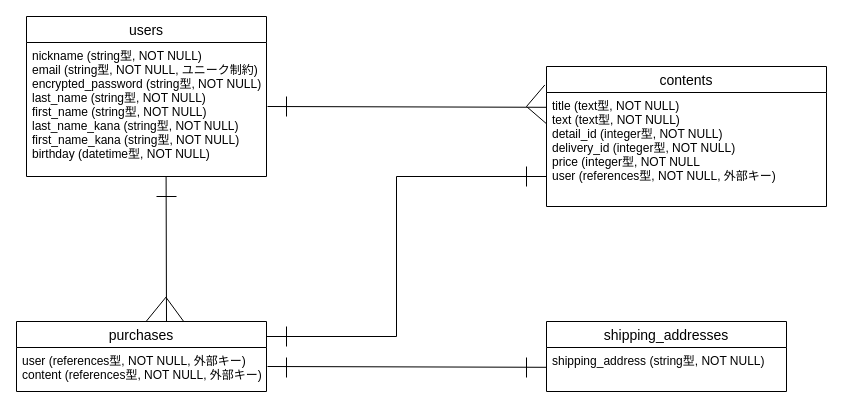
This is ER図.dio from volleyboo/furima-37823, a draw.io file, before an edit. Source tidied: cells renumbered, new cells numbered last; positions are measured from the earlier drawing's top-left corner, leaving out a move shared by most shapes. Both pictures are drawn from the tidied source at 100%, with x=0, y=0 at pixel (16, 16).
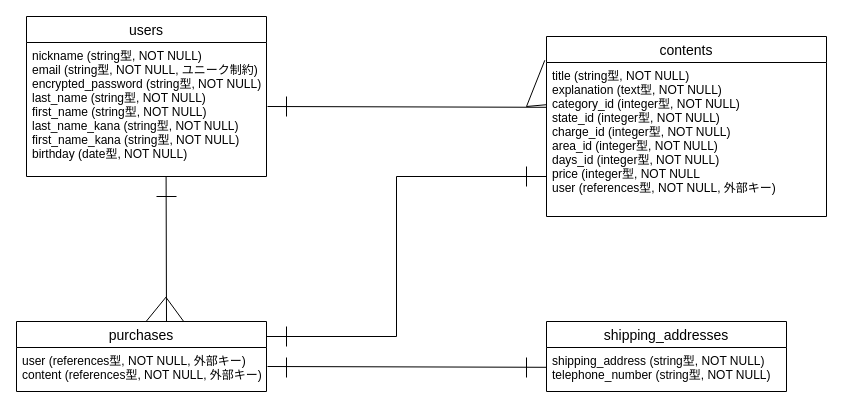
After the change.

Commit message (it also covers changes not shown here):
DB設計（修正３）コードレビュー後

The change refers to these unchanged cells:
```xml
<mxCell id="2" value="users" style="swimlane;fontStyle=0;horizontal=1;startSize=26;align=center;fontSize=14;" parent="1" vertex="1">
  <mxGeometry x="10" width="240" height="160" as="geometry" />
</mxCell>
<mxCell id="8" value="shipping_addresses" style="swimlane;fontStyle=0;horizontal=1;startSize=26;align=center;fontSize=14;" parent="1" vertex="1">
  <mxGeometry x="530" y="305" width="240" height="70" as="geometry" />
</mxCell>
```

The edit, as a diff of the source:
```diff
@@
-    <mxCell id="3" value="nickname (string型, NOT NULL)&#10;email (string型, NOT NULL, ユニーク制約)&#10;encrypted_password (string型, NOT NULL)&#10;last_name (string型, NOT NULL)&#10;first_name (string型, NOT NULL)&#10;last_name_kana (string型, NOT NULL)&#10;first_name_kana (string型, NOT NULL)&#10;birthday (datetime型, NOT NULL)" style="text;strokeColor=none;fillColor=none;spacingLeft=4;spacingRight=4;overflow=hidden;fontSize=12;" parent="2" vertex="1">
+    <mxCell id="3" value="nickname (string型, NOT NULL)&#10;email (string型, NOT NULL, ユニーク制約)&#10;encrypted_password (string型, NOT NULL)&#10;last_name (string型, NOT NULL)&#10;first_name (string型, NOT NULL)&#10;last_name_kana (string型, NOT NULL)&#10;first_name_kana (string型, NOT NULL)&#10;birthday (date型, NOT NULL)" style="text;strokeColor=none;fillColor=none;spacingLeft=4;spacingRight=4;overflow=hidden;fontSize=12;" parent="2" vertex="1">
       <mxGeometry y="26" width="240" height="134" as="geometry" />
     </mxCell>
     <mxCell id="4" value="contents" style="swimlane;fontStyle=0;horizontal=1;startSize=26;align=center;fontSize=14;" parent="1" vertex="1">
-      <mxGeometry x="530" y="50" width="280" height="140" as="geometry" />
+      <mxGeometry x="530" y="20" width="280" height="180" as="geometry" />
     </mxCell>
-    <mxCell id="5" value="title (text型, NOT NULL)&#10;text (text型, NOT NULL)&#10;detail_id (integer型, NOT NULL)&#10;delivery_id (integer型, NOT NULL)&#10;price (integer型, NOT NULL&#10;user (references型, NOT NULL, 外部キー)" style="text;strokeColor=none;fillColor=none;spacingLeft=4;spacingRight=4;overflow=hidden;points=[[0,0.5],[1,0.5]];portConstraint=eastwest;fontSize=12;" parent="4" vertex="1">
-      <mxGeometry y="26" width="280" height="114" as="geometry" />
+    <mxCell id="5" value="title (string型, NOT NULL)&#10;explanation (text型, NOT NULL)&#10;category_id (integer型, NOT NULL)&#10;state_id (integer型, NOT NULL)&#10;charge_id (integer型, NOT NULL)&#10;area_id (integer型, NOT NULL)&#10;days_id (integer型, NOT NULL)&#10;price (integer型, NOT NULL&#10;user (references型, NOT NULL, 外部キー)" style="text;strokeColor=none;fillColor=none;spacingLeft=4;spacingRight=4;overflow=hidden;points=[[0,0.5],[1,0.5]];portConstraint=eastwest;fontSize=12;" parent="4" vertex="1">
+      <mxGeometry y="26" width="280" height="154" as="geometry" />
     </mxCell>
@@
-    <mxCell id="9" value="shipping_address (string型, NOT NULL)" style="text;strokeColor=none;fillColor=none;spacingLeft=4;spacingRight=4;overflow=hidden;fontSize=12;" parent="8" vertex="1">
+    <mxCell id="9" value="shipping_address (string型, NOT NULL)&#10;telephone_number (string型, NOT NULL)" style="text;strokeColor=none;fillColor=none;spacingLeft=4;spacingRight=4;overflow=hidden;fontSize=12;" parent="8" vertex="1">
       <mxGeometry y="26" width="240" height="44" as="geometry" />
     </mxCell>
```
